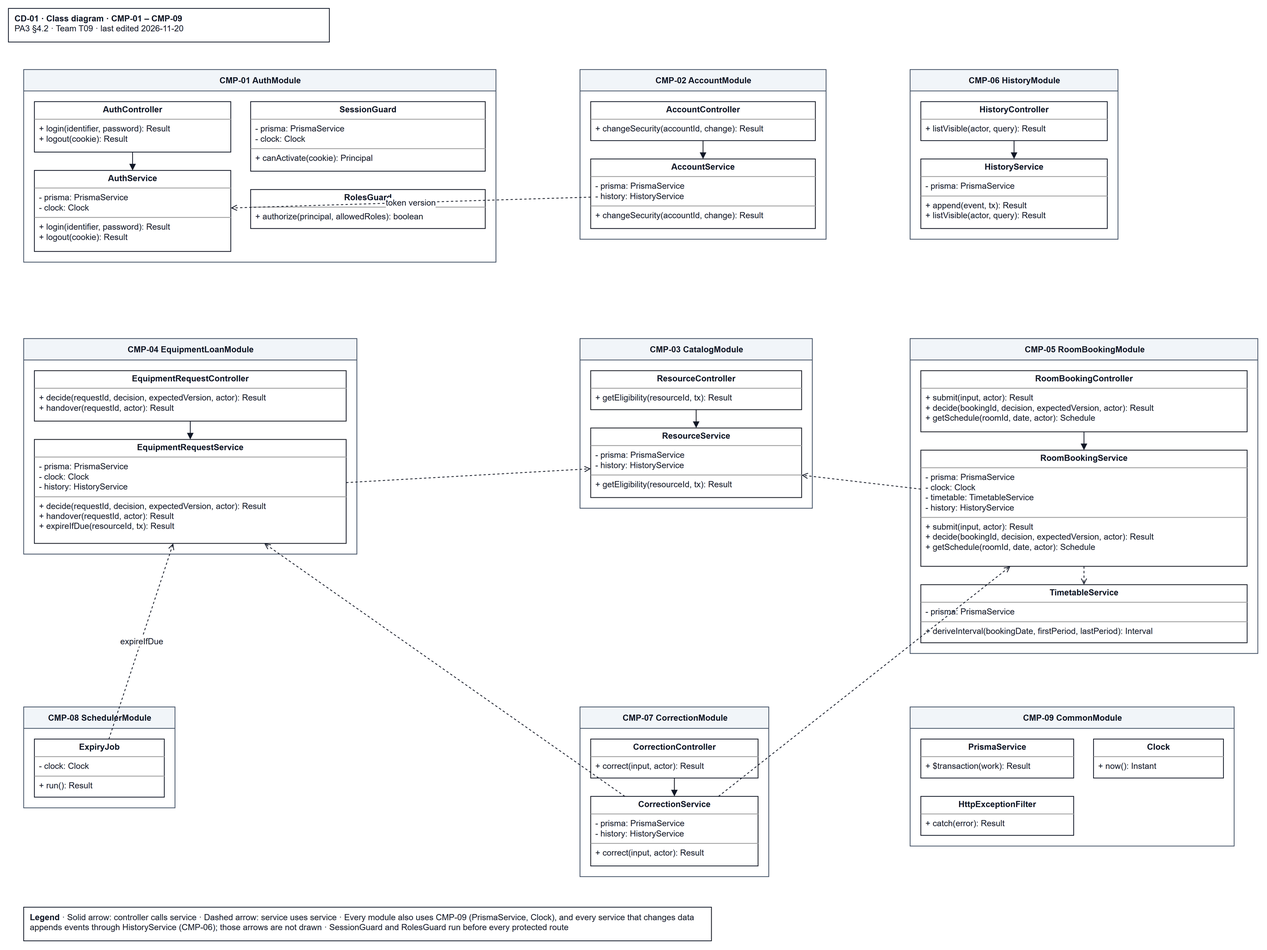
Above: docs/design/diagrams/CD-01_component-classes.drawio.png in JuliaTrang/T09-CampusBorrow (draw.io), before the change. Source tidied: cells renumbered, new cells last; positions are measured from the earlier drawing's top-left corner, leaving out a move shared by most shapes.
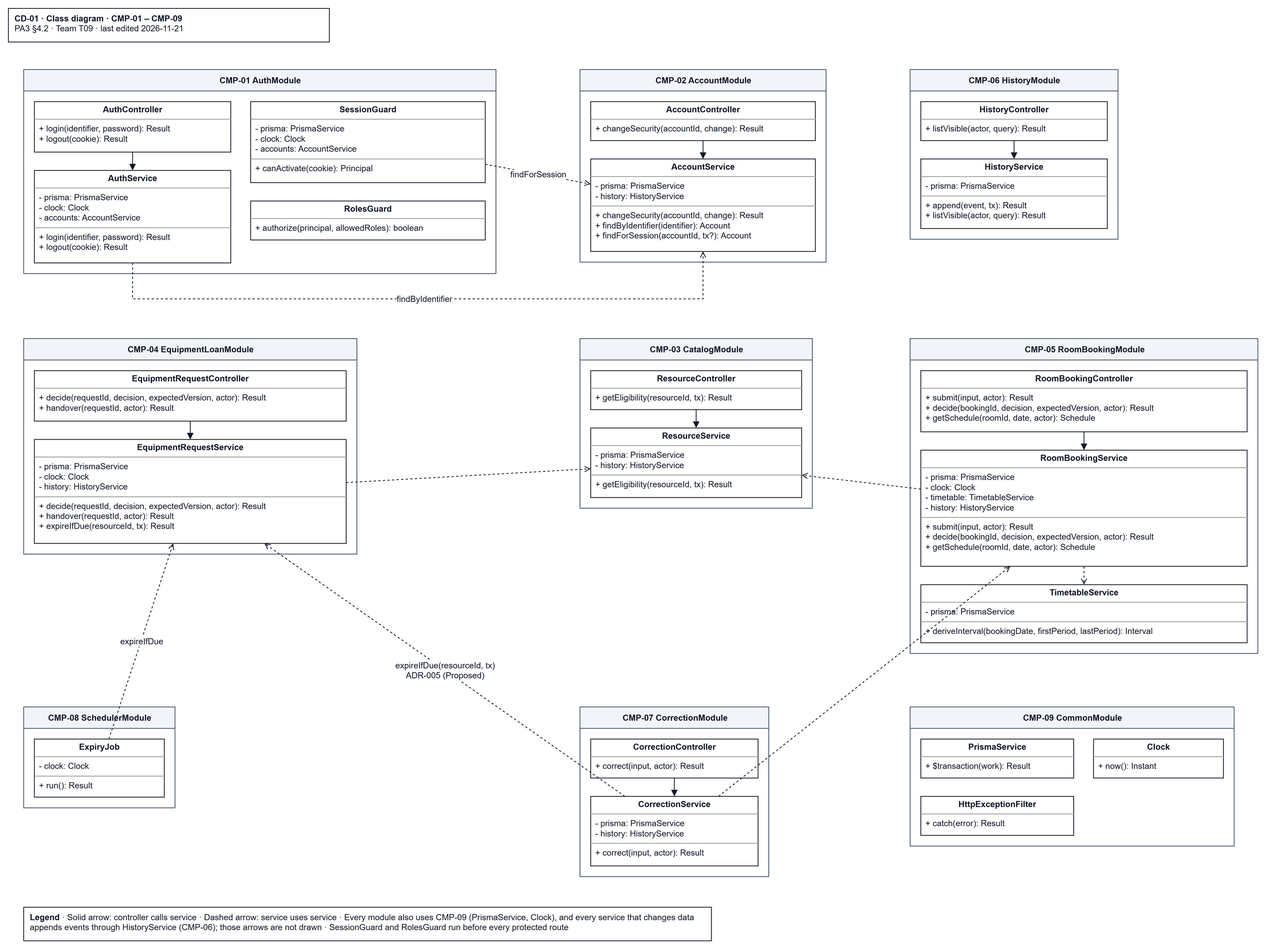
Later version of the same file.

The edit, as a diff of the source:
```diff
@@ -2,32 +2,32 @@
   <root>
     <mxCell id="0" />
     <mxCell id="1" parent="0" />
-    <mxCell id="2" value="&lt;b&gt;CD-01 · Class diagram · CMP-01 – CMP-09&lt;/b&gt;&lt;br&gt;PA3 §4.2 · Team T09 · last edited 2026-11-20" style="rounded=0;whiteSpace=wrap;html=1;align=left;verticalAlign=top;spacingLeft=6;strokeColor=#111827;fillColor=#ffffff;fontFamily=Arial;fontSize=11;fontColor=#111827;" parent="1" vertex="1">
+    <mxCell id="2" value="&lt;b&gt;CD-01 · Class diagram · CMP-01 – CMP-09&lt;/b&gt;&lt;br&gt;PA3 §4.2 · Team T09 · last edited 2026-11-21" style="rounded=0;whiteSpace=wrap;html=1;align=left;verticalAlign=top;spacingLeft=6;strokeColor=#111827;fillColor=#ffffff;fontFamily=Arial;fontSize=11;fontColor=#111827;" parent="1" vertex="1">
       <mxGeometry width="420" height="44" as="geometry" />
     </mxCell>
     <mxCell id="3" value="CMP-01 AuthModule" style="swimlane;startSize=28;html=1;horizontal=1;fillColor=#f1f5f9;strokeColor=#475569;fontStyle=1;rounded=0;fontFamily=Arial;fontSize=11;fontColor=#111827;" parent="1" vertex="1">
-      <mxGeometry x="20" y="80" width="618" height="252" as="geometry" />
+      <mxGeometry x="20" y="80" width="618" height="267" as="geometry" />
     </mxCell>
     <mxCell id="4" value="&lt;p style=&quot;margin:0px;margin-top:4px;text-align:center;&quot;&gt;&lt;b&gt;AuthController&lt;/b&gt;&lt;/p&gt;&lt;hr size=&quot;1&quot;/&gt;&lt;p style=&quot;margin:0px;margin-left:6px;&quot;&gt;+ login(identifier, password): Result&lt;br&gt;+ logout(cookie): Result&lt;/p&gt;" style="verticalAlign=top;align=left;overflow=fill;html=1;whiteSpace=wrap;rounded=0;strokeColor=#111827;fillColor=#ffffff;fontFamily=Arial;fontSize=11;fontColor=#111827;" parent="3" vertex="1">
       <mxGeometry x="14" y="42" width="257" height="66" as="geometry" />
     </mxCell>
-    <mxCell id="5" value="&lt;p style=&quot;margin:0px;margin-top:4px;text-align:center;&quot;&gt;&lt;b&gt;AuthService&lt;/b&gt;&lt;/p&gt;&lt;hr size=&quot;1&quot;/&gt;&lt;p style=&quot;margin:0px;margin-left:6px;&quot;&gt;- prisma: PrismaService&lt;br&gt;- clock: Clock&lt;/p&gt;&lt;hr size=&quot;1&quot;/&gt;&lt;p style=&quot;margin:0px;margin-left:6px;&quot;&gt;+ login(identifier, password): Result&lt;br&gt;+ logout(cookie): Result&lt;/p&gt;" style="verticalAlign=top;align=left;overflow=fill;html=1;whiteSpace=wrap;rounded=0;strokeColor=#111827;fillColor=#ffffff;fontFamily=Arial;fontSize=11;fontColor=#111827;" parent="3" vertex="1">
-      <mxGeometry x="14" y="132" width="257" height="106" as="geometry" />
+    <mxCell id="5" value="&lt;p style=&quot;margin:0px;margin-top:4px;text-align:center;&quot;&gt;&lt;b&gt;AuthService&lt;/b&gt;&lt;/p&gt;&lt;hr size=&quot;1&quot;/&gt;&lt;p style=&quot;margin:0px;margin-left:6px;&quot;&gt;- prisma: PrismaService&lt;br&gt;- clock: Clock&lt;br&gt;- accounts: AccountService&lt;/p&gt;&lt;hr size=&quot;1&quot;/&gt;&lt;p style=&quot;margin:0px;margin-left:6px;&quot;&gt;+ login(identifier, password): Result&lt;br&gt;+ logout(cookie): Result&lt;/p&gt;" style="verticalAlign=top;align=left;overflow=fill;html=1;whiteSpace=wrap;rounded=0;strokeColor=#111827;fillColor=#ffffff;fontFamily=Arial;fontSize=11;fontColor=#111827;" parent="3" vertex="1">
+      <mxGeometry x="14" y="132" width="257" height="121" as="geometry" />
     </mxCell>
-    <mxCell id="6" value="&lt;p style=&quot;margin:0px;margin-top:4px;text-align:center;&quot;&gt;&lt;b&gt;SessionGuard&lt;/b&gt;&lt;/p&gt;&lt;hr size=&quot;1&quot;/&gt;&lt;p style=&quot;margin:0px;margin-left:6px;&quot;&gt;- prisma: PrismaService&lt;br&gt;- clock: Clock&lt;/p&gt;&lt;hr size=&quot;1&quot;/&gt;&lt;p style=&quot;margin:0px;margin-left:6px;&quot;&gt;+ canActivate(cookie): Principal&lt;/p&gt;" style="verticalAlign=top;align=left;overflow=fill;html=1;whiteSpace=wrap;rounded=0;strokeColor=#111827;fillColor=#ffffff;fontFamily=Arial;fontSize=11;fontColor=#111827;" parent="3" vertex="1">
-      <mxGeometry x="297" y="42" width="307" height="91" as="geometry" />
+    <mxCell id="6" value="&lt;p style=&quot;margin:0px;margin-top:4px;text-align:center;&quot;&gt;&lt;b&gt;SessionGuard&lt;/b&gt;&lt;/p&gt;&lt;hr size=&quot;1&quot;/&gt;&lt;p style=&quot;margin:0px;margin-left:6px;&quot;&gt;- prisma: PrismaService&lt;br&gt;- clock: Clock&lt;br&gt;- accounts: AccountService&lt;/p&gt;&lt;hr size=&quot;1&quot;/&gt;&lt;p style=&quot;margin:0px;margin-left:6px;&quot;&gt;+ canActivate(cookie): Principal&lt;/p&gt;" style="verticalAlign=top;align=left;overflow=fill;html=1;whiteSpace=wrap;rounded=0;strokeColor=#111827;fillColor=#ffffff;fontFamily=Arial;fontSize=11;fontColor=#111827;" parent="3" vertex="1">
+      <mxGeometry x="297" y="42" width="307" height="106" as="geometry" />
     </mxCell>
     <mxCell id="7" value="&lt;p style=&quot;margin:0px;margin-top:4px;text-align:center;&quot;&gt;&lt;b&gt;RolesGuard&lt;/b&gt;&lt;/p&gt;&lt;hr size=&quot;1&quot;/&gt;&lt;p style=&quot;margin:0px;margin-left:6px;&quot;&gt;+ authorize(principal, allowedRoles): boolean&lt;/p&gt;" style="verticalAlign=top;align=left;overflow=fill;html=1;whiteSpace=wrap;rounded=0;strokeColor=#111827;fillColor=#ffffff;fontFamily=Arial;fontSize=11;fontColor=#111827;" parent="3" vertex="1">
-      <mxGeometry x="297" y="157" width="307" height="51" as="geometry" />
+      <mxGeometry x="297" y="172" width="307" height="51" as="geometry" />
     </mxCell>
     <mxCell id="8" value="CMP-02 AccountModule" style="swimlane;startSize=28;html=1;horizontal=1;fillColor=#f1f5f9;strokeColor=#475569;fontStyle=1;rounded=0;fontFamily=Arial;fontSize=11;fontColor=#111827;" parent="1" vertex="1">
-      <mxGeometry x="748" y="80" width="322" height="222" as="geometry" />
+      <mxGeometry x="748" y="80" width="322" height="252" as="geometry" />
     </mxCell>
     <mxCell id="9" value="&lt;p style=&quot;margin:0px;margin-top:4px;text-align:center;&quot;&gt;&lt;b&gt;AccountController&lt;/b&gt;&lt;/p&gt;&lt;hr size=&quot;1&quot;/&gt;&lt;p style=&quot;margin:0px;margin-left:6px;&quot;&gt;+ changeSecurity(accountId, change): Result&lt;/p&gt;" style="verticalAlign=top;align=left;overflow=fill;html=1;whiteSpace=wrap;rounded=0;strokeColor=#111827;fillColor=#ffffff;fontFamily=Arial;fontSize=11;fontColor=#111827;" parent="8" vertex="1">
       <mxGeometry x="14" y="42" width="294" height="51" as="geometry" />
     </mxCell>
-    <mxCell id="10" value="&lt;p style=&quot;margin:0px;margin-top:4px;text-align:center;&quot;&gt;&lt;b&gt;AccountService&lt;/b&gt;&lt;/p&gt;&lt;hr size=&quot;1&quot;/&gt;&lt;p style=&quot;margin:0px;margin-left:6px;&quot;&gt;- prisma: PrismaService&lt;br&gt;- history: HistoryService&lt;/p&gt;&lt;hr size=&quot;1&quot;/&gt;&lt;p style=&quot;margin:0px;margin-left:6px;&quot;&gt;+ changeSecurity(accountId, change): Result&lt;/p&gt;" style="verticalAlign=top;align=left;overflow=fill;html=1;whiteSpace=wrap;rounded=0;strokeColor=#111827;fillColor=#ffffff;fontFamily=Arial;fontSize=11;fontColor=#111827;" parent="8" vertex="1">
-      <mxGeometry x="14" y="117" width="294" height="91" as="geometry" />
+    <mxCell id="10" value="&lt;p style=&quot;margin:0px;margin-top:4px;text-align:center;&quot;&gt;&lt;b&gt;AccountService&lt;/b&gt;&lt;/p&gt;&lt;hr size=&quot;1&quot;/&gt;&lt;p style=&quot;margin:0px;margin-left:6px;&quot;&gt;- prisma: PrismaService&lt;br&gt;- history: HistoryService&lt;/p&gt;&lt;hr size=&quot;1&quot;/&gt;&lt;p style=&quot;margin:0px;margin-left:6px;&quot;&gt;+ changeSecurity(accountId, change): Result&lt;br&gt;+ findByIdentifier(identifier): Account&lt;br&gt;+ findForSession(accountId, tx?): Account&lt;/p&gt;" style="verticalAlign=top;align=left;overflow=fill;html=1;whiteSpace=wrap;rounded=0;strokeColor=#111827;fillColor=#ffffff;fontFamily=Arial;fontSize=11;fontColor=#111827;" parent="8" vertex="1">
+      <mxGeometry x="14" y="117" width="294" height="121" as="geometry" />
     </mxCell>
     <mxCell id="11" value="CMP-06 HistoryModule" style="swimlane;startSize=28;html=1;horizontal=1;fillColor=#f1f5f9;strokeColor=#475569;fontStyle=1;rounded=0;fontFamily=Arial;fontSize=11;fontColor=#111827;" parent="1" vertex="1">
       <mxGeometry x="1180" y="80" width="272" height="222" as="geometry" />
@@ -116,9 +116,17 @@
     <mxCell id="39" style="edgeStyle=orthogonalEdgeStyle;rounded=0;html=1;endArrow=block;endFill=1;strokeColor=#111827;fontFamily=Arial;fontSize=11;fontColor=#111827;" parent="1" edge="1" source="27" target="28">
       <mxGeometry relative="1" as="geometry" />
     </mxCell>
-    <mxCell id="40" value="token version" style="rounded=0;html=1;endArrow=open;endFill=0;dashed=1;strokeColor=#111827;fontFamily=Arial;fontSize=11;fontColor=#111827;" parent="1" edge="1" source="10" target="5">
+    <mxCell id="40" value="findForSession" style="rounded=0;html=1;endArrow=open;endFill=0;dashed=1;strokeColor=#111827;fontFamily=Arial;fontSize=11;fontColor=#111827;" parent="1" edge="1" source="6" target="10">
       <mxGeometry relative="1" as="geometry" />
     </mxCell>
+    <mxCell id="48" value="findByIdentifier" style="rounded=0;html=1;endArrow=open;endFill=0;dashed=1;strokeColor=#111827;fontFamily=Arial;fontSize=11;fontColor=#111827;edgeStyle=orthogonalEdgeStyle;exitX=0.5;exitY=1;entryX=0.5;entryY=1;" parent="1" edge="1" source="5" target="10">
+      <mxGeometry relative="1" as="geometry">
+        <Array as="points">
+          <mxPoint x="162" y="380" />
+          <mxPoint x="909" y="380" />
+        </Array>
+      </mxGeometry>
+    </mxCell>
     <mxCell id="41" style="rounded=0;html=1;endArrow=open;endFill=0;dashed=1;strokeColor=#111827;fontFamily=Arial;fontSize=11;fontColor=#111827;" parent="1" edge="1" source="16" target="19">
       <mxGeometry relative="1" as="geometry" />
     </mxCell>
@@ -128,7 +136,7 @@
     <mxCell id="43" style="rounded=0;html=1;endArrow=open;endFill=0;dashed=1;strokeColor=#111827;fontFamily=Arial;fontSize=11;fontColor=#111827;" parent="1" edge="1" source="22" target="23">
       <mxGeometry relative="1" as="geometry" />
     </mxCell>
-    <mxCell id="44" style="rounded=0;html=1;endArrow=open;endFill=0;dashed=1;strokeColor=#111827;fontFamily=Arial;fontSize=11;fontColor=#111827;" parent="1" edge="1" source="28" target="16">
+    <mxCell id="44" value="expireIfDue(resourceId, tx)&lt;br&gt;ADR-005 (Proposed)" style="rounded=0;html=1;endArrow=open;endFill=0;dashed=1;strokeColor=#111827;fontFamily=Arial;fontSize=11;fontColor=#111827;" parent="1" edge="1" source="28" target="16">
       <mxGeometry relative="1" as="geometry" />
     </mxCell>
     <mxCell id="45" style="rounded=0;html=1;endArrow=open;endFill=0;dashed=1;strokeColor=#111827;fontFamily=Arial;fontSize=11;fontColor=#111827;" parent="1" edge="1" source="28" target="22">
```
